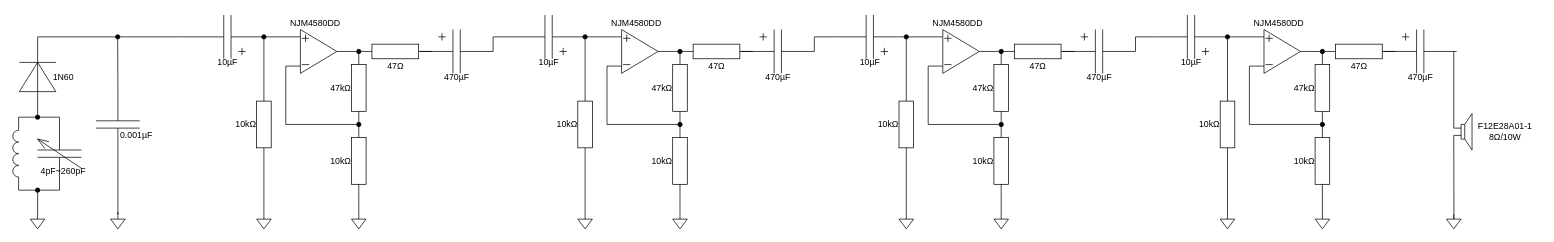
Earlier version of the draw.io diagram page "all" (3 of 7) of python/fig.drawio (m20079/AM-radio). Source tidied: cells renumbered, new cells numbered last; positions are measured from the earlier drawing's top-left corner, leaving out a move shared by most shapes. Both pictures are drawn from the tidied source at 73%, with x=0, y=0 at pixel (-21, 12).
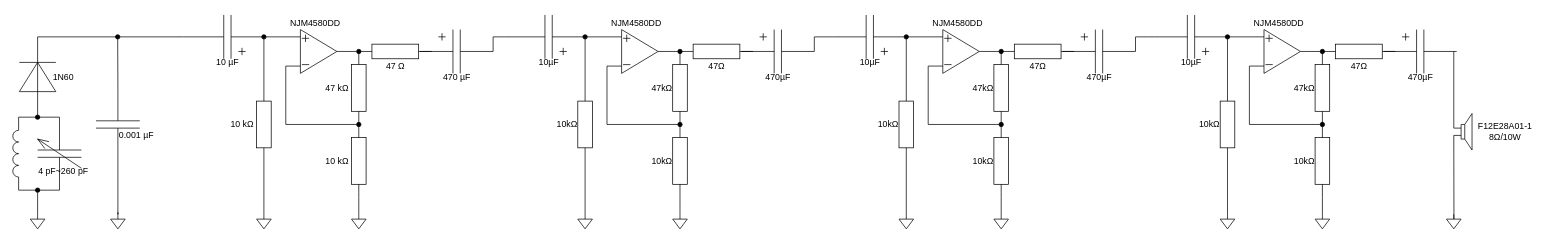
After the change.

What changed in the source:
```diff
@@
-    <mxCell id="12" value="0.001µF" style="text;html=1;align=center;verticalAlign=middle;strokeColor=none;fillColor=none;" parent="1" vertex="1">
+    <mxCell id="12" value="0.001 µF" style="text;html=1;align=center;verticalAlign=middle;strokeColor=none;fillColor=none;" parent="1" vertex="1">
       <mxGeometry x="180" y="153" width="70" height="30" as="geometry" />
     </mxCell>
-    <mxCell id="13" value="4pF~260pF" style="text;html=1;align=center;verticalAlign=middle;strokeColor=none;fillColor=none;" parent="1" vertex="1">
+    <mxCell id="13" value="4 pF~260 pF" style="text;html=1;align=center;verticalAlign=middle;strokeColor=none;fillColor=none;" parent="1" vertex="1">
       <mxGeometry x="70" y="203" width="90" height="30" as="geometry" />
     </mxCell>
@@
-    <mxCell id="37" value="10µF" style="text;html=1;align=center;verticalAlign=middle;strokeColor=none;fillColor=none;" parent="1" vertex="1">
+    <mxCell id="37" value="10 µF" style="text;html=1;align=center;verticalAlign=middle;strokeColor=none;fillColor=none;" parent="1" vertex="1">
       <mxGeometry x="315" y="53" width="50" height="30" as="geometry" />
     </mxCell>
-    <mxCell id="38" value="10kΩ" style="text;html=1;align=center;verticalAlign=middle;strokeColor=none;fillColor=none;" parent="1" vertex="1">
-      <mxGeometry x="340" y="138" width="50" height="30" as="geometry" />
+    <mxCell id="38" value="10 kΩ" style="text;html=1;align=center;verticalAlign=middle;strokeColor=none;fillColor=none;" parent="1" vertex="1">
+      <mxGeometry x="330" y="138" width="60" height="30" as="geometry" />
     </mxCell>
-    <mxCell id="39" value="10kΩ" style="text;html=1;align=center;verticalAlign=middle;strokeColor=none;fillColor=none;" parent="1" vertex="1">
-      <mxGeometry x="470" y="188" width="50" height="30" as="geometry" />
+    <mxCell id="39" value="10 kΩ" style="text;html=1;align=center;verticalAlign=middle;strokeColor=none;fillColor=none;" parent="1" vertex="1">
+      <mxGeometry x="460" y="189" width="60" height="30" as="geometry" />
     </mxCell>
-    <mxCell id="40" value="47kΩ" style="text;html=1;align=center;verticalAlign=middle;strokeColor=none;fillColor=none;" parent="1" vertex="1">
-      <mxGeometry x="470" y="88" width="50" height="30" as="geometry" />
+    <mxCell id="40" value="47 kΩ" style="text;html=1;align=center;verticalAlign=middle;strokeColor=none;fillColor=none;" parent="1" vertex="1">
+      <mxGeometry x="460" y="88" width="60" height="30" as="geometry" />
     </mxCell>
-    <mxCell id="41" value="47Ω" style="text;html=1;align=center;verticalAlign=middle;strokeColor=none;fillColor=none;" parent="1" vertex="1">
+    <mxCell id="41" value="47 Ω" style="text;html=1;align=center;verticalAlign=middle;strokeColor=none;fillColor=none;" parent="1" vertex="1">
       <mxGeometry x="545" y="58" width="50" height="30" as="geometry" />
     </mxCell>
-    <mxCell id="42" value="470µF" style="text;html=1;align=center;verticalAlign=middle;strokeColor=none;fillColor=none;" parent="1" vertex="1">
+    <mxCell id="42" value="470 µF" style="text;html=1;align=center;verticalAlign=middle;strokeColor=none;fillColor=none;" parent="1" vertex="1">
       <mxGeometry x="624" y="73" width="60" height="30" as="geometry" />
     </mxCell>
```
